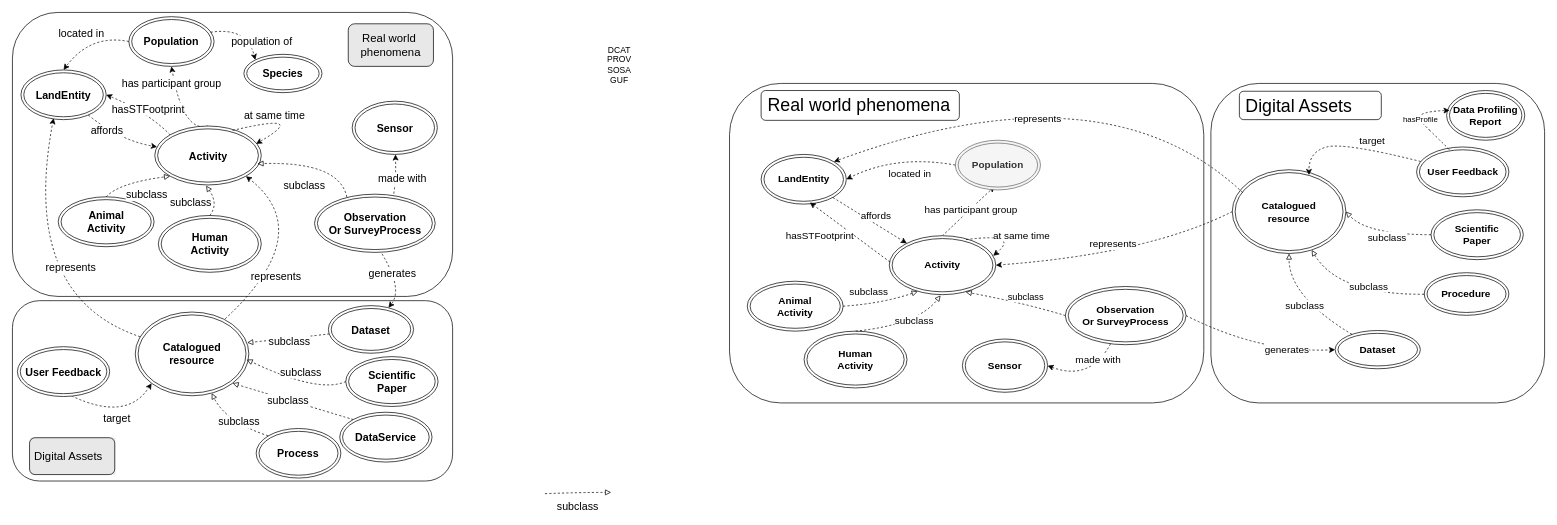
This is page "schemas article" (3 of 7) of docs/diagrams/model_KG.drawio from IntForOut/outdoorPressure, a draw.io file, before an edit. Source tidied: cells renumbered, new cells numbered last; positions are measured from the earlier drawing's top-left corner, leaving out a move shared by most shapes. Both pictures are drawn from the tidied source at 71%, with x=0, y=0 at pixel (12, 12).
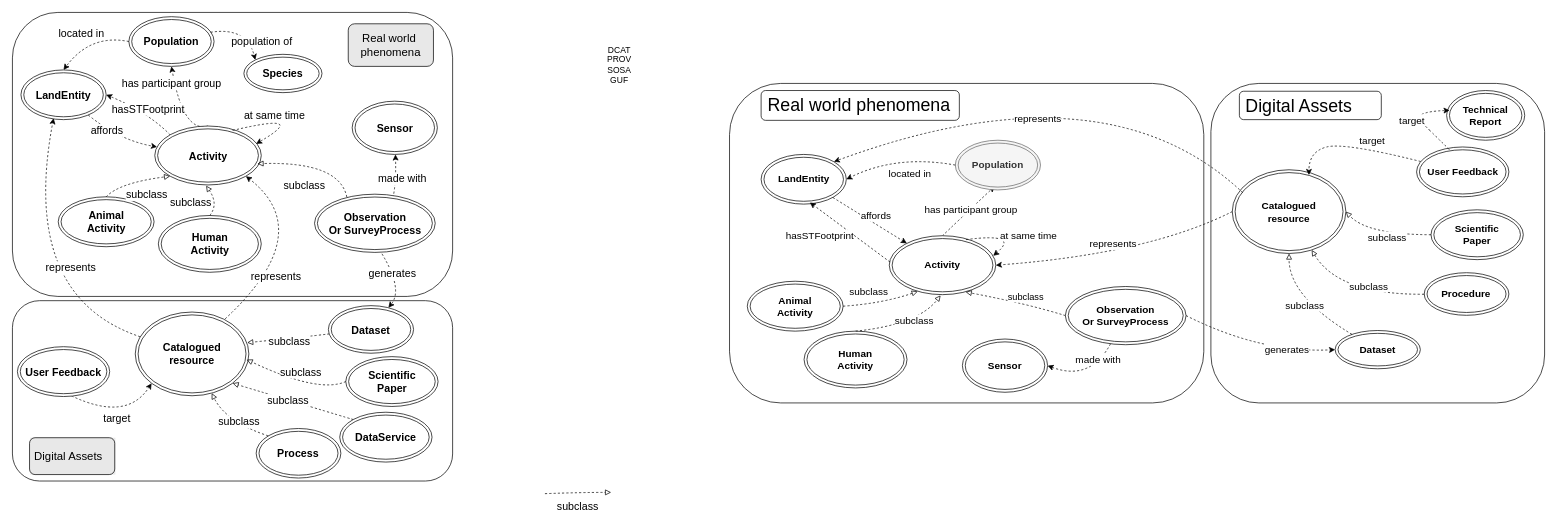
The same page after the edit.

The change refers to these unchanged cells:
```xml
<mxCell id="50" style="curved=1;endArrow=classic;html=1;rounded=0;exitX=0.72;exitY=0.066;exitDx=0;exitDy=0;exitPerimeter=0;dashed=1;entryX=0.976;entryY=0.341;entryDx=0;entryDy=0;entryPerimeter=0;" parent="1" edge="1" source="20" target="20">
  <mxGeometry relative="1" as="geometry">
    <Array as="points">
      <mxPoint x="1420" y="310" />
    </Array>
  </mxGeometry>
</mxCell>
<mxCell id="116" style="edgeStyle=none;html=1;entryX=0.039;entryY=0.399;entryDx=0;entryDy=0;rounded=0;curved=1;dashed=1;entryPerimeter=0;exitX=0.355;exitY=0.053;exitDx=0;exitDy=0;exitPerimeter=0;" parent="1" edge="1" source="54" target="115">
  <mxGeometry relative="1" as="geometry">
    <Array as="points">
      <mxPoint x="1990" y="160" />
      <mxPoint x="2000" y="170" />
      <mxPoint x="1970" y="140" />
    </Array>
  </mxGeometry>
</mxCell>
```

What changed in the source:
```diff
@@
     <mxCell id="51" value="&lt;font style=&quot;font-size: 14px;&quot;&gt;at same &lt;font&gt;time&lt;/font&gt;&lt;/font&gt;" style="edgeLabel;html=1;align=center;verticalAlign=middle;" parent="50" vertex="1">
       <mxGeometry x="0.69" y="2" relative="1" as="geometry">
-        <mxPoint x="22" y="-18" as="offset" />
+        <mxPoint x="32" y="-18" as="offset" />
       </mxGeometry>
     </mxCell>
@@
-    <mxCell id="115" value="&lt;b&gt;Data Profiling Report&lt;/b&gt;" style="ellipse;shape=doubleEllipse;whiteSpace=wrap;html=1;fontSize=14;" parent="1" vertex="1">
+    <mxCell id="115" value="&lt;b&gt;Technical Report&lt;/b&gt;" style="ellipse;shape=doubleEllipse;whiteSpace=wrap;html=1;fontSize=14;" parent="1" vertex="1">
       <mxGeometry x="2020" y="110" width="110" height="70" as="geometry" />
     </mxCell>
@@
-    <mxCell id="117" value="hasProfile" style="edgeLabel;html=1;align=center;verticalAlign=middle;" parent="116" vertex="1">
+    <mxCell id="117" value="&lt;font style=&quot;font-size: 14px;&quot;&gt;target&lt;/font&gt;" style="edgeLabel;html=1;align=center;verticalAlign=middle;" parent="116" vertex="1">
       <mxGeometry x="-0.09" y="-7" relative="1" as="geometry">
-        <mxPoint x="-15" y="-7" as="offset" />
+        <mxPoint x="-27" y="-6" as="offset" />
       </mxGeometry>
     </mxCell>
```
